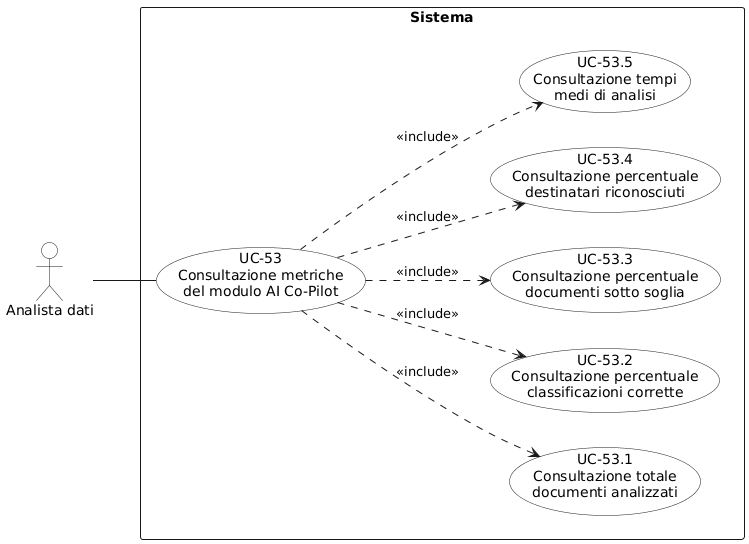
aLittleByte-19/Documentazione keeps this PlantUML diagram as RTB/Analisi dei Requisiti/diagrammi_use_case/UC-53.png. Above is the earlier version. Source of this version:
```plantuml
@startuml
left to right direction
skinparam packageStyle rectangle
skinparam usecaseBackgroundColor White
skinparam actorBackgroundColor White

actor "Analista dati" as analista

rectangle "Sistema" {
  usecase "UC-53\nConsultazione metriche\ndel modulo AI Co-Pilot" as uc53

  together {
    usecase "UC-53.1\nConsultazione totale\ndocumenti analizzati" as uc53_1
    usecase "UC-53.2\nConsultazione percentuale\nclassificazioni corrette" as uc53_2
    usecase "UC-53.3\nConsultazione percentuale\ndocumenti sotto soglia" as uc53_3
    usecase "UC-53.4\nConsultazione percentuale\ndestinatari riconosciuti" as uc53_4
    usecase "UC-53.5\nConsultazione tempi\nmedi di analisi" as uc53_5
  }
}

analista -- uc53

uc53 ..> uc53_1 : <<include>>
uc53 ..> uc53_2 : <<include>>
uc53 ..> uc53_3 : <<include>>
uc53 ..> uc53_4 : <<include>>
uc53 ..> uc53_5 : <<include>>
@enduml
```
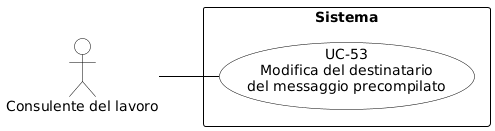
The same file after the commit.

What changed in the source:
```diff
@@ -1,28 +1,27 @@
 @startuml
+skinparam shadowing false
+skinparam defaultFontName Arial
 left to right direction
-skinparam packageStyle rectangle
-skinparam usecaseBackgroundColor White
-skinparam actorBackgroundColor White
 
-actor "Analista dati" as analista
+skinparam usecase {
+    BackgroundColor white
+    BorderColor black
+    ArrowColor black
+}
+skinparam actor {
+    BackgroundColor white
+    BorderColor black
+}
+skinparam rectangle {
+    BorderColor black
+    FontStyle bold
+}
+
+actor "Consulente del lavoro" as cdl
 
 rectangle "Sistema" {
-  usecase "UC-53\nConsultazione metriche\ndel modulo AI Co-Pilot" as uc53
-
-  together {
-    usecase "UC-53.1\nConsultazione totale\ndocumenti analizzati" as uc53_1
-    usecase "UC-53.2\nConsultazione percentuale\nclassificazioni corrette" as uc53_2
-    usecase "UC-53.3\nConsultazione percentuale\ndocumenti sotto soglia" as uc53_3
-    usecase "UC-53.4\nConsultazione percentuale\ndestinatari riconosciuti" as uc53_4
-    usecase "UC-53.5\nConsultazione tempi\nmedi di analisi" as uc53_5
-  }
+    usecase "UC-53\nModifica del destinatario\ndel messaggio precompilato" as UC53
 }
 
-analista -- uc53
-
-uc53 ..> uc53_1 : <<include>>
-uc53 ..> uc53_2 : <<include>>
-uc53 ..> uc53_3 : <<include>>
-uc53 ..> uc53_4 : <<include>>
-uc53 ..> uc53_5 : <<include>>
+cdl -- UC53
 @enduml
```
